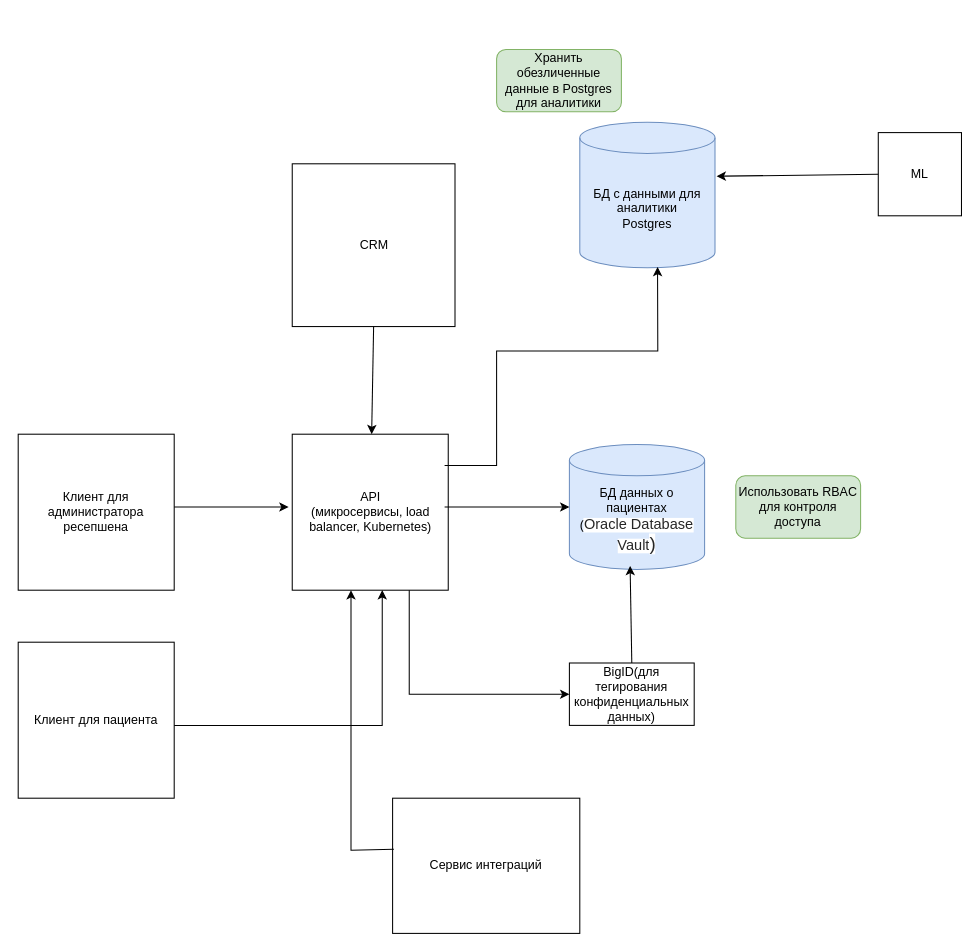
dzhambulat/architecture-sprint-10 keeps this draw.io diagram as Exc2/ToBe.drawio. Above is the earlier version. Source tidied: cells renumbered, new cells numbered last; positions are measured from the earlier drawing's top-left corner, leaving out a move shared by most shapes. Both pictures are drawn from the tidied source at 104%, with x=0, y=0 at pixel (18, 49).
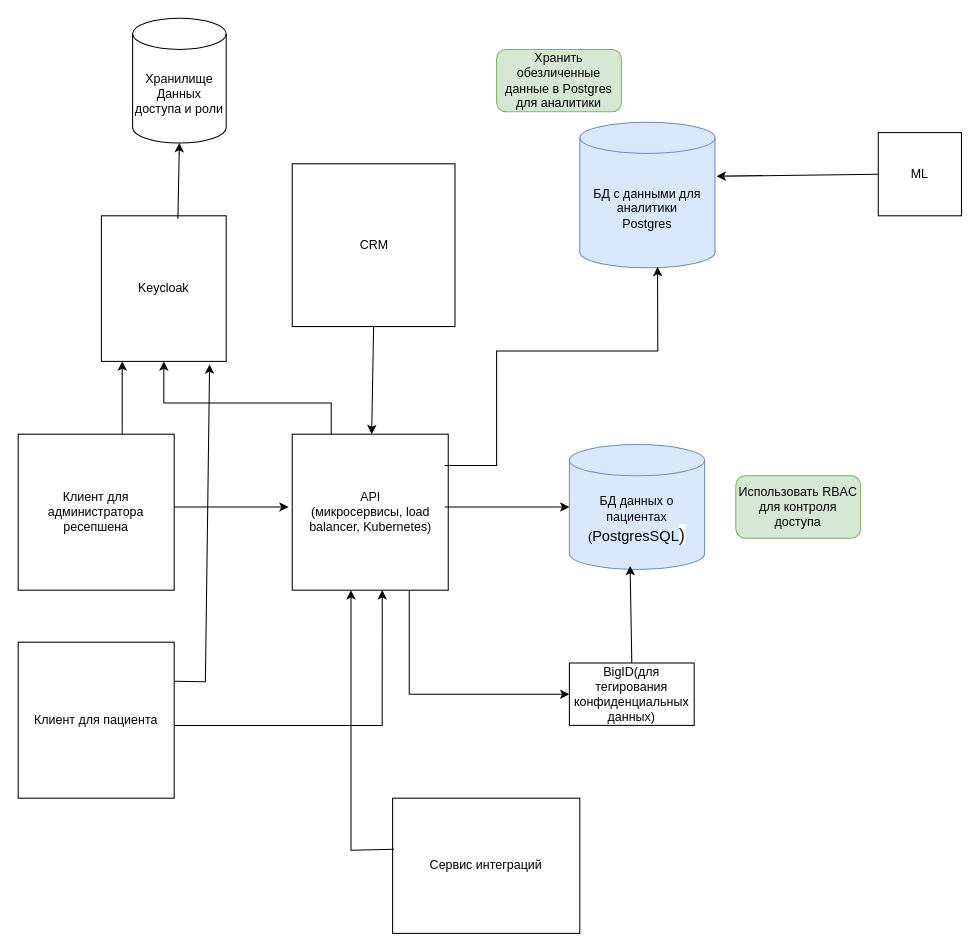
Above is the later version.

The change refers to these unchanged cells:
```xml
<mxCell id="3" value="API&lt;div&gt;(микросервисы, load balancer, Kubernetes)&lt;/div&gt;" style="whiteSpace=wrap;html=1;" parent="1" vertex="1">
  <mxGeometry x="263.5" y="370" width="150" height="150" as="geometry" />
</mxCell>
<mxCell id="5" value="Клиент для пациента" style="whiteSpace=wrap;html=1;" parent="1" vertex="1">
  <mxGeometry y="570" width="150" height="150" as="geometry" />
</mxCell>
```

The edit, as a diff of the source:
```diff
@@
-    <mxCell id="2" value="БД данных о пациентах&lt;div&gt;(&lt;span style=&quot;background-color: rgb(255, 255, 255); color: rgba(0, 0, 0, 0.85); font-family: &amp;quot;YS Text&amp;quot;, sans-serif; text-align: left; white-space-collapse: preserve-breaks;&quot;&gt;&lt;font style=&quot;font-size: 14px;&quot;&gt;Oracle Database Vault&lt;/font&gt;&lt;/span&gt;&lt;span style=&quot;background-color: rgb(255, 255, 255); color: rgba(0, 0, 0, 0.85); font-family: &amp;quot;YS Text&amp;quot;, sans-serif; font-size: 18px; text-align: left; white-space-collapse: preserve-breaks;&quot;&gt;)&lt;/span&gt;&lt;br&gt;&lt;/div&gt;" style="shape=cylinder3;whiteSpace=wrap;html=1;boundedLbl=1;backgroundOutline=1;size=15;fillColor=#dae8fc;strokeColor=#6c8ebf;" parent="1" vertex="1">
+    <mxCell id="2" value="БД данных о пациентах&lt;div&gt;(&lt;span style=&quot;font-size: 14px;&quot;&gt;PostgresSQL&lt;/span&gt;&lt;span style=&quot;background-color: rgb(255, 255, 255); color: rgba(0, 0, 0, 0.85); font-family: &amp;quot;YS Text&amp;quot;, sans-serif; font-size: 18px; text-align: left; white-space-collapse: preserve-breaks;&quot;&gt;)&lt;/span&gt;&lt;br&gt;&lt;/div&gt;" style="shape=cylinder3;whiteSpace=wrap;html=1;boundedLbl=1;backgroundOutline=1;size=15;fillColor=#dae8fc;strokeColor=#6c8ebf;" parent="1" vertex="1">
       <mxGeometry x="530" y="380" width="130" height="120" as="geometry" />
     </mxCell>
@@
+    <mxCell id="22" value="Keycloak" style="rounded=0;whiteSpace=wrap;html=1;" parent="1" vertex="1">
+      <mxGeometry x="80" y="160" width="120" height="140" as="geometry" />
+    </mxCell>
+    <mxCell id="23" style="endArrow=classic;html=1;rounded=0;exitX=0.25;exitY=0;exitDx=0;exitDy=0;entryX=0.5;entryY=1;entryDx=0;entryDy=0;" parent="1" edge="1" source="3" target="22">
+      <mxGeometry relative="1" as="geometry">
+        <Array as="points">
+          <mxPoint x="301" y="340" />
+          <mxPoint x="140" y="340" />
+        </Array>
+      </mxGeometry>
+    </mxCell>
+    <mxCell id="24" style="endArrow=classic;html=1;rounded=0;entryX=0.167;entryY=1;entryDx=0;entryDy=0;entryPerimeter=0;" parent="1" edge="1" target="22">
+      <mxGeometry relative="1" as="geometry">
+        <mxPoint x="100" y="370" as="sourcePoint" />
+      </mxGeometry>
+    </mxCell>
+    <mxCell id="25" style="endArrow=classic;html=1;rounded=0;exitX=1;exitY=0.25;exitDx=0;exitDy=0;entryX=0.867;entryY=1.021;entryDx=0;entryDy=0;entryPerimeter=0;" parent="1" edge="1" source="5" target="22">
+      <mxGeometry relative="1" as="geometry">
+        <Array as="points">
+          <mxPoint x="180" y="608" />
+        </Array>
+      </mxGeometry>
+    </mxCell>
+    <mxCell id="26" value="Хранилище Данных доступа и роли" style="shape=cylinder3;whiteSpace=wrap;html=1;boundedLbl=1;backgroundOutline=1;size=15;" parent="1" vertex="1">
+      <mxGeometry x="110" y="-30" width="90" height="120" as="geometry" />
+    </mxCell>
+    <mxCell id="27" style="endArrow=classic;html=1;rounded=0;entryX=0.5;entryY=1;entryDx=0;entryDy=0;entryPerimeter=0;exitX=0.613;exitY=0.021;exitDx=0;exitDy=0;exitPerimeter=0;" parent="1" edge="1" source="22" target="26">
+      <mxGeometry relative="1" as="geometry" />
+    </mxCell>
```
